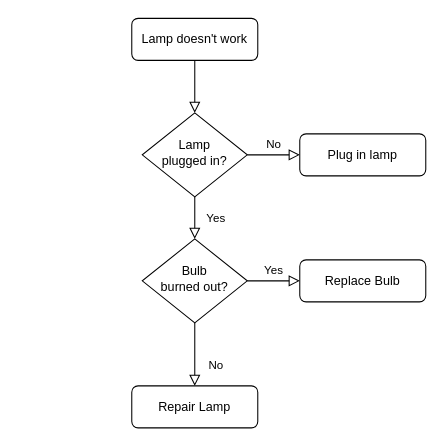
The draw.io diagram M1172-10 + Flowchart.drawio in Nikitha2006Kumar/Journals, before the edit. Source tidied: cells renumbered, new cells numbered last; positions are measured from the earlier drawing's top-left corner, leaving out a move shared by most shapes. Both pictures are drawn from the tidied source at 105%, with x=0, y=0 at pixel (131, 18).
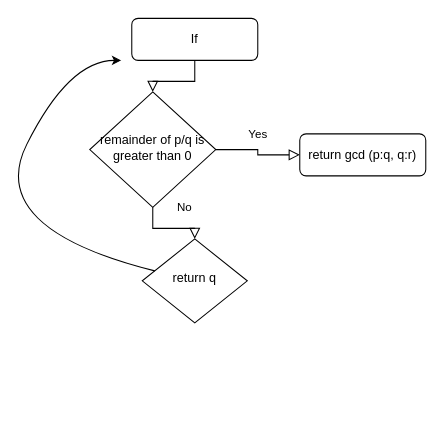
Above is the later version.

The edit, as a diff of the source:
```diff
@@
 <mxGraphModel>
   <root>
     <mxCell id="0" />
     <mxCell id="1" parent="0" />
     <mxCell id="2" style="rounded=0;html=1;jettySize=auto;fontSize=11;endArrow=block;endFill=0;endSize=8;strokeWidth=1;shadow=0;labelBackgroundColor=none;edgeStyle=orthogonalEdgeStyle;" parent="1" edge="1" source="3" target="6">
       <mxGeometry relative="1" as="geometry" />
     </mxCell>
-    <mxCell id="3" value="Lamp doesn't work" style="rounded=1;whiteSpace=wrap;html=1;fontSize=12;glass=0;strokeWidth=1;shadow=0;" parent="1" vertex="1">
+    <mxCell id="3" value="If" style="rounded=1;whiteSpace=wrap;html=1;fontSize=12;glass=0;strokeWidth=1;shadow=0;" parent="1" vertex="1">
       <mxGeometry width="120" height="40" as="geometry" />
     </mxCell>
     <mxCell id="4" value="Yes" style="rounded=0;html=1;jettySize=auto;fontSize=11;endArrow=block;endFill=0;endSize=8;strokeWidth=1;shadow=0;labelBackgroundColor=none;edgeStyle=orthogonalEdgeStyle;" parent="1" edge="1" source="6" target="10">
-      <mxGeometry y="20" relative="1" as="geometry" />
+      <mxGeometry x="0.71" y="108" relative="1" as="geometry">
+        <mxPoint x="-48" y="-90" as="offset" />
+      </mxGeometry>
     </mxCell>
     <mxCell id="5" value="No" style="edgeStyle=orthogonalEdgeStyle;rounded=0;html=1;jettySize=auto;fontSize=11;endArrow=block;endFill=0;endSize=8;strokeWidth=1;shadow=0;labelBackgroundColor=none;" parent="1" edge="1" source="6" target="7">
-      <mxGeometry y="10" relative="1" as="geometry" />
+      <mxGeometry x="-1" y="-63" relative="1" as="geometry">
+        <mxPoint x="-30" y="-8" as="offset" />
+      </mxGeometry>
     </mxCell>
-    <mxCell id="6" value="Lamp&lt;br&gt;plugged in?" style="rhombus;whiteSpace=wrap;html=1;shadow=0;fontFamily=Helvetica;fontSize=12;align=center;strokeWidth=1;spacing=6;spacingTop=-4;" parent="1" vertex="1">
-      <mxGeometry x="10" y="90" width="100" height="80" as="geometry" />
+    <mxCell id="6" value="remainder of p/q is greater than 0" style="rhombus;whiteSpace=wrap;html=1;shadow=0;fontFamily=Helvetica;fontSize=12;align=center;strokeWidth=1;spacing=6;spacingTop=-4;" parent="1" vertex="1">
+      <mxGeometry x="-40" y="70" width="120" height="110" as="geometry" />
     </mxCell>
-    <mxCell id="7" value="Plug in lamp" style="rounded=1;whiteSpace=wrap;html=1;fontSize=12;glass=0;strokeWidth=1;shadow=0;" parent="1" vertex="1">
+    <mxCell id="7" value="return gcd (p:q, q:r)" style="rounded=1;whiteSpace=wrap;html=1;fontSize=12;glass=0;strokeWidth=1;shadow=0;" parent="1" vertex="1">
       <mxGeometry x="160" y="110" width="120" height="40" as="geometry" />
     </mxCell>
-    <mxCell id="8" value="No" style="rounded=0;html=1;jettySize=auto;fontSize=11;endArrow=block;endFill=0;endSize=8;strokeWidth=1;shadow=0;labelBackgroundColor=none;edgeStyle=orthogonalEdgeStyle;" parent="1" edge="1" source="10" target="11">
-      <mxGeometry x="0.33" y="20" relative="1" as="geometry" />
-    </mxCell>
-    <mxCell id="9" value="Yes" style="edgeStyle=orthogonalEdgeStyle;rounded=0;html=1;jettySize=auto;fontSize=11;endArrow=block;endFill=0;endSize=8;strokeWidth=1;shadow=0;labelBackgroundColor=none;" parent="1" edge="1" source="10" target="12">
-      <mxGeometry y="10" relative="1" as="geometry" />
-    </mxCell>
-    <mxCell id="10" value="Bulb&lt;br&gt;burned out?" style="rhombus;whiteSpace=wrap;html=1;shadow=0;fontFamily=Helvetica;fontSize=12;align=center;strokeWidth=1;spacing=6;spacingTop=-4;" parent="1" vertex="1">
+    <mxCell id="10" value="return q" style="rhombus;whiteSpace=wrap;html=1;shadow=0;fontFamily=Helvetica;fontSize=12;align=center;strokeWidth=1;spacing=6;spacingTop=-4;" parent="1" vertex="1">
       <mxGeometry x="10" y="210" width="100" height="80" as="geometry" />
     </mxCell>
-    <mxCell id="11" value="Repair Lamp" style="rounded=1;whiteSpace=wrap;html=1;fontSize=12;glass=0;strokeWidth=1;shadow=0;" parent="1" vertex="1">
-      <mxGeometry y="350" width="120" height="40" as="geometry" />
-    </mxCell>
-    <mxCell id="12" value="Replace Bulb" style="rounded=1;whiteSpace=wrap;html=1;fontSize=12;glass=0;strokeWidth=1;shadow=0;" parent="1" vertex="1">
-      <mxGeometry x="160" y="230" width="120" height="40" as="geometry" />
-    </mxCell>
+    <mxCell id="13" style="curved=1;endArrow=classic;html=1;rounded=0;" parent="1" edge="1" source="10">
+      <mxGeometry relative="1" as="geometry">
+        <mxPoint x="-10" y="40" as="targetPoint" />
+        <Array as="points">
+          <mxPoint x="-140" y="200" />
+          <mxPoint x="-60" y="40" />
+        </Array>
+      </mxGeometry>
+    </mxCell>
   </root>
 </mxGraphModel>
```
